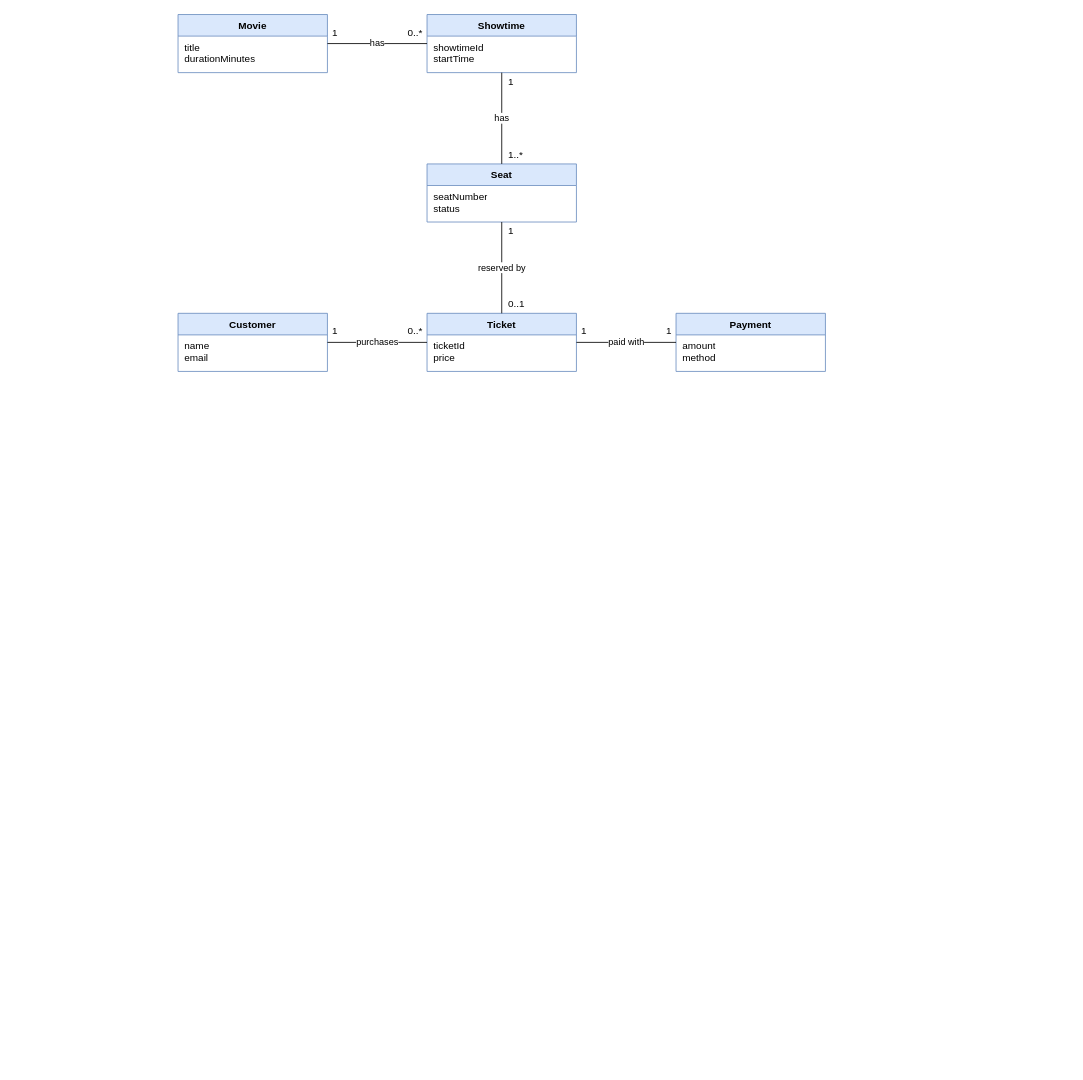
Earlier version of the draw.io diagram diagrams/Movie-Kiosk-Domain-Model.drawio (hrshimpi/HW1-Movie-Kiosk). Source tidied: cells renumbered, new cells numbered last; positions are measured from the earlier drawing's top-left corner, leaving out a move shared by most shapes. Both pictures are drawn from the tidied source at 83%, with x=0, y=0 at pixel (178, 14).
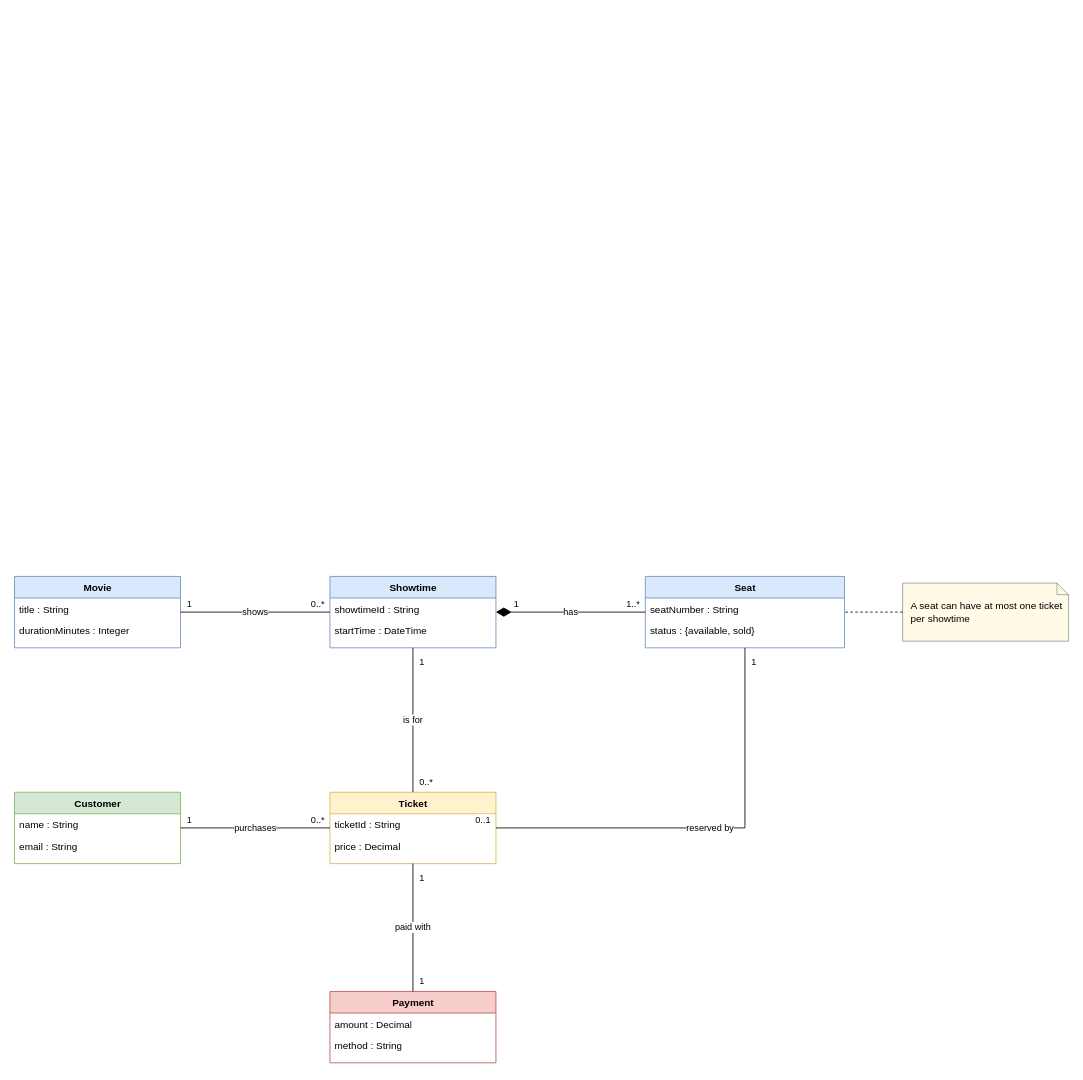
The same page after the edit.

Commit message (it also covers changes not shown here):
Update domain model with Ticket to Showtime link and PNG export

Diff of the diagram source:
```diff
@@
-    <mxCell id="2" value="Movie" style="swimlane;fontStyle=1;align=center;verticalAlign=top;horizontal=1;startSize=26;whiteSpace=wrap;html=1;fillColor=#dae8fc;strokeColor=#6c8ebf;swimlaneFillColor=#ffffff;" parent="1" vertex="1">
-      <mxGeometry width="180" height="70" as="geometry" />
+    <mxCell id="2" value="Movie" style="swimlane;fontStyle=1;align=center;verticalAlign=top;horizontal=1;startSize=26;fillColor=#dae8fc;strokeColor=#6c8ebf;html=1;" parent="1" vertex="1">
+      <mxGeometry x="-197" y="677" width="200" height="86" as="geometry" />
     </mxCell>
-    <mxCell id="3" value="title&lt;br&gt;durationMinutes" style="text;strokeColor=none;fillColor=none;align=left;verticalAlign=top;spacingLeft=6;spacingRight=4;overflow=hidden;whiteSpace=wrap;html=1;" parent="2" vertex="1">
-      <mxGeometry y="26" width="180" height="44" as="geometry" />
-    </mxCell>
+    <mxCell id="29" value="title : String" style="text;strokeColor=none;fillColor=none;align=left;verticalAlign=top;spacingLeft=4;spacingRight=4;overflow=hidden;html=1;" parent="2" vertex="1">
+      <mxGeometry y="26" width="200" height="26" as="geometry" />
+    </mxCell>
+    <mxCell id="30" value="durationMinutes : Integer" style="text;strokeColor=none;fillColor=none;align=left;verticalAlign=top;spacingLeft=4;spacingRight=4;overflow=hidden;html=1;" parent="2" vertex="1">
+      <mxGeometry y="52" width="200" height="34" as="geometry" />
+    </mxCell>
-    <mxCell id="4" value="Showtime" style="swimlane;fontStyle=1;align=center;verticalAlign=top;horizontal=1;startSize=26;whiteSpace=wrap;html=1;fillColor=#dae8fc;strokeColor=#6c8ebf;swimlaneFillColor=#ffffff;" parent="1" vertex="1">
-      <mxGeometry x="300" width="180" height="70" as="geometry" />
+    <mxCell id="4" value="Showtime" style="swimlane;fontStyle=1;align=center;verticalAlign=top;horizontal=1;startSize=26;fillColor=#dae8fc;strokeColor=#6c8ebf;html=1;" parent="1" vertex="1">
+      <mxGeometry x="183" y="677" width="200" height="86" as="geometry" />
     </mxCell>
-    <mxCell id="5" value="showtimeId&lt;br&gt;startTime" style="text;strokeColor=none;fillColor=none;align=left;verticalAlign=top;spacingLeft=6;spacingRight=4;overflow=hidden;whiteSpace=wrap;html=1;" parent="4" vertex="1">
-      <mxGeometry y="26" width="180" height="44" as="geometry" />
-    </mxCell>
+    <mxCell id="31" value="showtimeId : String" style="text;strokeColor=none;fillColor=none;align=left;verticalAlign=top;spacingLeft=4;spacingRight=4;overflow=hidden;html=1;" parent="4" vertex="1">
+      <mxGeometry y="26" width="200" height="26" as="geometry" />
+    </mxCell>
+    <mxCell id="32" value="startTime : DateTime" style="text;strokeColor=none;fillColor=none;align=left;verticalAlign=top;spacingLeft=4;spacingRight=4;overflow=hidden;html=1;" parent="4" vertex="1">
+      <mxGeometry y="52" width="200" height="34" as="geometry" />
+    </mxCell>
-    <mxCell id="6" value="Seat" style="swimlane;fontStyle=1;align=center;verticalAlign=top;horizontal=1;startSize=26;whiteSpace=wrap;html=1;fillColor=#dae8fc;strokeColor=#6c8ebf;swimlaneFillColor=#ffffff;" parent="1" vertex="1">
-      <mxGeometry x="300" y="180" width="180" height="70" as="geometry" />
+    <mxCell id="6" value="Seat" style="swimlane;fontStyle=1;align=center;verticalAlign=top;horizontal=1;startSize=26;fillColor=#dae8fc;strokeColor=#6c8ebf;html=1;" parent="1" vertex="1">
+      <mxGeometry x="563" y="677" width="240" height="86" as="geometry" />
     </mxCell>
-    <mxCell id="7" value="seatNumber&lt;br&gt;status" style="text;strokeColor=none;fillColor=none;align=left;verticalAlign=top;spacingLeft=6;spacingRight=4;overflow=hidden;whiteSpace=wrap;html=1;" parent="6" vertex="1">
-      <mxGeometry y="26" width="180" height="44" as="geometry" />
-    </mxCell>
+    <mxCell id="33" value="seatNumber : String" style="text;strokeColor=none;fillColor=none;align=left;verticalAlign=top;spacingLeft=4;spacingRight=4;overflow=hidden;html=1;" parent="6" vertex="1">
+      <mxGeometry y="26" width="240" height="26" as="geometry" />
+    </mxCell>
+    <mxCell id="34" value="status : {available, sold}" style="text;strokeColor=none;fillColor=none;align=left;verticalAlign=top;spacingLeft=4;spacingRight=4;overflow=hidden;html=1;" parent="6" vertex="1">
+      <mxGeometry y="52" width="240" height="34" as="geometry" />
+    </mxCell>
-    <mxCell id="8" value="Customer" style="swimlane;fontStyle=1;align=center;verticalAlign=top;horizontal=1;startSize=26;whiteSpace=wrap;html=1;fillColor=#dae8fc;strokeColor=#6c8ebf;swimlaneFillColor=#ffffff;" parent="1" vertex="1">
-      <mxGeometry y="360" width="180" height="70" as="geometry" />
+    <mxCell id="8" value="Customer" style="swimlane;fontStyle=1;align=center;verticalAlign=top;horizontal=1;startSize=26;fillColor=#d5e8d4;strokeColor=#82b366;html=1;" parent="1" vertex="1">
+      <mxGeometry x="-197" y="937" width="200" height="86" as="geometry" />
     </mxCell>
-    <mxCell id="9" value="name&lt;br&gt;email" style="text;strokeColor=none;fillColor=none;align=left;verticalAlign=top;spacingLeft=6;spacingRight=4;overflow=hidden;whiteSpace=wrap;html=1;" parent="8" vertex="1">
-      <mxGeometry y="26" width="180" height="44" as="geometry" />
-    </mxCell>
+    <mxCell id="35" value="name : String" style="text;strokeColor=none;fillColor=none;align=left;verticalAlign=top;spacingLeft=4;spacingRight=4;overflow=hidden;html=1;" parent="8" vertex="1">
+      <mxGeometry y="26" width="200" height="26" as="geometry" />
+    </mxCell>
+    <mxCell id="36" value="email : String" style="text;strokeColor=none;fillColor=none;align=left;verticalAlign=top;spacingLeft=4;spacingRight=4;overflow=hidden;html=1;" parent="8" vertex="1">
+      <mxGeometry y="52" width="200" height="34" as="geometry" />
+    </mxCell>
-    <mxCell id="10" value="Ticket" style="swimlane;fontStyle=1;align=center;verticalAlign=top;horizontal=1;startSize=26;whiteSpace=wrap;html=1;fillColor=#dae8fc;strokeColor=#6c8ebf;swimlaneFillColor=#ffffff;" parent="1" vertex="1">
-      <mxGeometry x="300" y="360" width="180" height="70" as="geometry" />
+    <mxCell id="10" value="Ticket" style="swimlane;fontStyle=1;align=center;verticalAlign=top;horizontal=1;startSize=26;fillColor=#fff2cc;strokeColor=#d6b656;html=1;" parent="1" vertex="1">
+      <mxGeometry x="183" y="937" width="200" height="86" as="geometry" />
     </mxCell>
-    <mxCell id="11" value="ticketId&lt;br&gt;price" style="text;strokeColor=none;fillColor=none;align=left;verticalAlign=top;spacingLeft=6;spacingRight=4;overflow=hidden;whiteSpace=wrap;html=1;" parent="10" vertex="1">
-      <mxGeometry y="26" width="180" height="44" as="geometry" />
-    </mxCell>
+    <mxCell id="37" value="ticketId : String" style="text;strokeColor=none;fillColor=none;align=left;verticalAlign=top;spacingLeft=4;spacingRight=4;overflow=hidden;html=1;" parent="10" vertex="1">
+      <mxGeometry y="26" width="200" height="26" as="geometry" />
+    </mxCell>
+    <mxCell id="38" value="price : Decimal" style="text;strokeColor=none;fillColor=none;align=left;verticalAlign=top;spacingLeft=4;spacingRight=4;overflow=hidden;html=1;" parent="10" vertex="1">
+      <mxGeometry y="52" width="200" height="34" as="geometry" />
+    </mxCell>
-    <mxCell id="12" value="Payment" style="swimlane;fontStyle=1;align=center;verticalAlign=top;horizontal=1;startSize=26;whiteSpace=wrap;html=1;fillColor=#dae8fc;strokeColor=#6c8ebf;swimlaneFillColor=#ffffff;" parent="1" vertex="1">
-      <mxGeometry x="600" y="360" width="180" height="70" as="geometry" />
+    <mxCell id="12" value="Payment" style="swimlane;fontStyle=1;align=center;verticalAlign=top;horizontal=1;startSize=26;fillColor=#f8cecc;strokeColor=#b85450;html=1;" parent="1" vertex="1">
+      <mxGeometry x="183" y="1177" width="200" height="86" as="geometry" />
     </mxCell>
-    <mxCell id="13" value="amount&lt;br&gt;method" style="text;strokeColor=none;fillColor=none;align=left;verticalAlign=top;spacingLeft=6;spacingRight=4;overflow=hidden;whiteSpace=wrap;html=1;" parent="12" vertex="1">
-      <mxGeometry y="26" width="180" height="44" as="geometry" />
-    </mxCell>
+    <mxCell id="39" value="amount : Decimal" style="text;strokeColor=none;fillColor=none;align=left;verticalAlign=top;spacingLeft=4;spacingRight=4;overflow=hidden;html=1;" parent="12" vertex="1">
+      <mxGeometry y="26" width="200" height="26" as="geometry" />
+    </mxCell>
+    <mxCell id="40" value="method : String" style="text;strokeColor=none;fillColor=none;align=left;verticalAlign=top;spacingLeft=4;spacingRight=4;overflow=hidden;html=1;" parent="12" vertex="1">
+      <mxGeometry y="52" width="200" height="34" as="geometry" />
+    </mxCell>
+    <mxCell id="41" value="A seat can have at most one ticket per showtime" style="shape=note;whiteSpace=wrap;html=1;size=14;fillColor=#fffbe6;strokeColor=#999999;align=left;spacingLeft=8;" parent="1" vertex="1">
+      <mxGeometry x="873" y="685" width="200" height="70" as="geometry" />
+    </mxCell>
+    <mxCell id="42" style="endArrow=none;dashed=1;html=1;rounded=0;" parent="1" edge="1" source="41" target="6">
+      <mxGeometry relative="1" as="geometry" />
+    </mxCell>
-    <mxCell id="14" value="has" style="endArrow=none;startArrow=none;html=1;rounded=0;labelBackgroundColor=#ffffff;exitX=1;exitY=0.5;exitDx=0;exitDy=0;entryX=0;entryY=0.5;entryDx=0;entryDy=0;" parent="1" edge="1" source="2" target="4">
+    <mxCell id="14" value="shows" style="edgeStyle=orthogonalEdgeStyle;endArrow=none;html=1;labelBackgroundColor=#ffffff;rounded=0;" parent="1" edge="1" source="2" target="4">
       <mxGeometry relative="1" as="geometry" />
     </mxCell>
+    <mxCell id="43" value="1" style="edgeLabel;html=1;align=left;verticalAlign=bottom;" parent="14" vertex="1">
+      <mxGeometry x="-1" relative="1" as="geometry">
+        <mxPoint x="6" y="-2" as="offset" />
+      </mxGeometry>
+    </mxCell>
+    <mxCell id="44" value="0..*" style="edgeLabel;html=1;align=right;verticalAlign=bottom;" parent="14" vertex="1">
+      <mxGeometry x="1" relative="1" as="geometry">
+        <mxPoint x="-6" y="-2" as="offset" />
+      </mxGeometry>
+    </mxCell>
-    <mxCell id="15" value="has" style="endArrow=none;startArrow=none;html=1;rounded=0;labelBackgroundColor=#ffffff;exitX=0.5;exitY=1;exitDx=0;exitDy=0;entryX=0.5;entryY=0;entryDx=0;entryDy=0;" parent="1" edge="1" source="4" target="6">
+    <mxCell id="15" value="has" style="edgeStyle=orthogonalEdgeStyle;startArrow=diamondThin;startFill=1;startSize=16;endArrow=none;html=1;labelBackgroundColor=#ffffff;rounded=0;" parent="1" edge="1" source="4" target="6">
       <mxGeometry relative="1" as="geometry" />
     </mxCell>
+    <mxCell id="45" value="1" style="edgeLabel;html=1;align=left;verticalAlign=bottom;" parent="15" vertex="1">
+      <mxGeometry x="-1" relative="1" as="geometry">
+        <mxPoint x="20" y="-2" as="offset" />
+      </mxGeometry>
+    </mxCell>
+    <mxCell id="22" value="1..*" style="edgeLabel;html=1;align=right;verticalAlign=bottom;" parent="15" vertex="1">
+      <mxGeometry x="1" relative="1" as="geometry">
+        <mxPoint x="-6" y="-2" as="offset" />
+      </mxGeometry>
+    </mxCell>
-    <mxCell id="16" value="reserved by" style="endArrow=none;startArrow=none;html=1;rounded=0;labelBackgroundColor=#ffffff;exitX=0.5;exitY=1;exitDx=0;exitDy=0;entryX=0.5;entryY=0;entryDx=0;entryDy=0;" parent="1" edge="1" source="6" target="10">
+    <mxCell id="16" value="reserved by" style="edgeStyle=orthogonalEdgeStyle;endArrow=none;html=1;labelBackgroundColor=#ffffff;exitX=0.5;exitY=1;exitDx=0;exitDy=0;entryX=1;entryY=0.5;entryDx=0;entryDy=0;rounded=0;" parent="1" edge="1" source="6" target="10">
       <mxGeometry relative="1" as="geometry" />
     </mxCell>
+    <mxCell id="46" value="1" style="edgeLabel;html=1;align=left;verticalAlign=top;" parent="16" vertex="1">
+      <mxGeometry x="-1" relative="1" as="geometry">
+        <mxPoint x="6" y="4" as="offset" />
+      </mxGeometry>
+    </mxCell>
+    <mxCell id="24" value="0..1" style="edgeLabel;html=1;align=right;verticalAlign=bottom;" parent="16" vertex="1">
+      <mxGeometry x="1" relative="1" as="geometry">
+        <mxPoint x="-6" y="-2" as="offset" />
+      </mxGeometry>
+    </mxCell>
-    <mxCell id="17" value="purchases" style="endArrow=none;startArrow=none;html=1;rounded=0;labelBackgroundColor=#ffffff;exitX=1;exitY=0.5;exitDx=0;exitDy=0;entryX=0;entryY=0.5;entryDx=0;entryDy=0;" parent="1" edge="1" source="8" target="10">
+    <mxCell id="17" value="purchases" style="edgeStyle=orthogonalEdgeStyle;endArrow=none;html=1;labelBackgroundColor=#ffffff;rounded=0;" parent="1" edge="1" source="8" target="10">
       <mxGeometry relative="1" as="geometry" />
     </mxCell>
+    <mxCell id="47" value="1" style="edgeLabel;html=1;align=left;verticalAlign=bottom;" parent="17" vertex="1">
+      <mxGeometry x="-1" relative="1" as="geometry">
+        <mxPoint x="6" y="-2" as="offset" />
+      </mxGeometry>
+    </mxCell>
+    <mxCell id="48" value="0..*" style="edgeLabel;html=1;align=right;verticalAlign=bottom;" parent="17" vertex="1">
+      <mxGeometry x="1" relative="1" as="geometry">
+        <mxPoint x="-6" y="-2" as="offset" />
+      </mxGeometry>
+    </mxCell>
+    <mxCell id="49" value="is for" style="edgeStyle=orthogonalEdgeStyle;endArrow=none;html=1;labelBackgroundColor=#ffffff;rounded=0;" parent="1" edge="1" source="10" target="4">
+      <mxGeometry relative="1" as="geometry" />
+    </mxCell>
+    <mxCell id="50" value="0..*" style="edgeLabel;html=1;align=left;verticalAlign=bottom;" parent="49" vertex="1">
+      <mxGeometry x="-1" relative="1" as="geometry">
+        <mxPoint x="6" y="-4" as="offset" />
+      </mxGeometry>
+    </mxCell>
+    <mxCell id="51" value="1" style="edgeLabel;html=1;align=left;verticalAlign=top;" parent="49" vertex="1">
+      <mxGeometry x="1" relative="1" as="geometry">
+        <mxPoint x="6" y="4" as="offset" />
+      </mxGeometry>
+    </mxCell>
-    <mxCell id="18" value="paid with" style="endArrow=none;startArrow=none;html=1;rounded=0;labelBackgroundColor=#ffffff;exitX=1;exitY=0.5;exitDx=0;exitDy=0;entryX=0;entryY=0.5;entryDx=0;entryDy=0;" parent="1" edge="1" source="10" target="12">
+    <mxCell id="18" value="paid with" style="edgeStyle=orthogonalEdgeStyle;endArrow=none;html=1;labelBackgroundColor=#ffffff;rounded=0;" parent="1" edge="1" source="10" target="12">
       <mxGeometry relative="1" as="geometry" />
     </mxCell>
-    <mxCell id="19" value="1" style="text;html=1;align=left;verticalAlign=middle;" parent="1" vertex="1">
-      <mxGeometry x="184" y="13" width="34" height="18" as="geometry" />
-    </mxCell>
-    <mxCell id="20" value="0..*" style="text;html=1;align=right;verticalAlign=middle;" parent="1" vertex="1">
-      <mxGeometry x="262" y="13" width="34" height="18" as="geometry" />
-    </mxCell>
-    <mxCell id="21" value="1" style="text;html=1;align=left;verticalAlign=middle;" parent="1" vertex="1">
-      <mxGeometry x="396" y="72" width="34" height="18" as="geometry" />
-    </mxCell>
-    <mxCell id="22" value="1..*" style="text;html=1;align=left;verticalAlign=middle;" parent="1" vertex="1">
-      <mxGeometry x="396" y="160" width="34" height="18" as="geometry" />
-    </mxCell>
-    <mxCell id="23" value="1" style="text;html=1;align=left;verticalAlign=middle;" parent="1" vertex="1">
-      <mxGeometry x="396" y="252" width="34" height="18" as="geometry" />
-    </mxCell>
-    <mxCell id="24" value="0..1" style="text;html=1;align=left;verticalAlign=middle;" parent="1" vertex="1">
-      <mxGeometry x="396" y="340" width="34" height="18" as="geometry" />
-    </mxCell>
-    <mxCell id="25" value="1" style="text;html=1;align=left;verticalAlign=middle;" parent="1" vertex="1">
-      <mxGeometry x="184" y="373" width="34" height="18" as="geometry" />
-    </mxCell>
-    <mxCell id="26" value="0..*" style="text;html=1;align=right;verticalAlign=middle;" parent="1" vertex="1">
-      <mxGeometry x="262" y="373" width="34" height="18" as="geometry" />
-    </mxCell>
-    <mxCell id="27" value="1" style="text;html=1;align=left;verticalAlign=middle;" parent="1" vertex="1">
-      <mxGeometry x="484" y="373" width="34" height="18" as="geometry" />
-    </mxCell>
-    <mxCell id="28" value="1" style="text;html=1;align=right;verticalAlign=middle;" parent="1" vertex="1">
-      <mxGeometry x="562" y="373" width="34" height="18" as="geometry" />
-    </mxCell>
+    <mxCell id="52" value="1" style="edgeLabel;html=1;align=left;verticalAlign=top;" parent="18" vertex="1">
+      <mxGeometry x="-1" relative="1" as="geometry">
+        <mxPoint x="6" y="4" as="offset" />
+      </mxGeometry>
+    </mxCell>
+    <mxCell id="53" value="1" style="edgeLabel;html=1;align=left;verticalAlign=bottom;" parent="18" vertex="1">
+      <mxGeometry x="1" relative="1" as="geometry">
+        <mxPoint x="6" y="-4" as="offset" />
+      </mxGeometry>
+    </mxCell>
```
